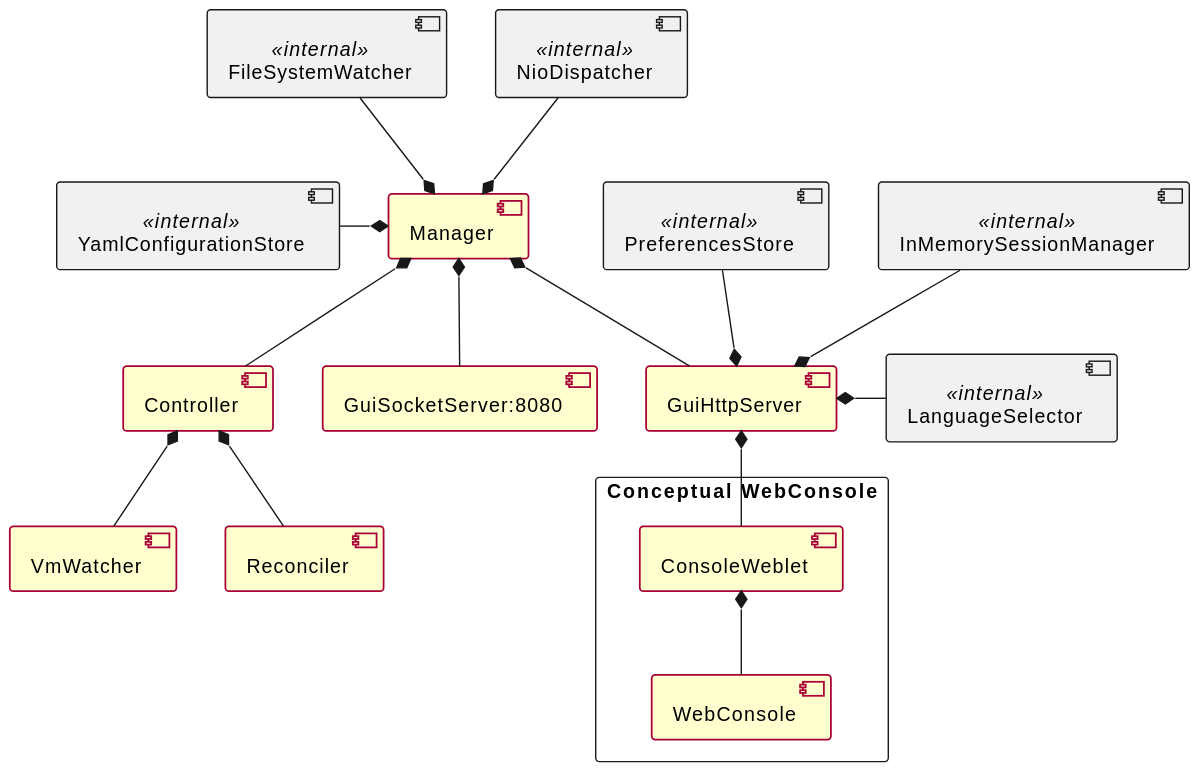
mnlipp/VM-Operator keeps this PlantUML diagram as javadoc/org/jdrupes/vmoperator/manager/manager-components.svg. Above is the earlier version.
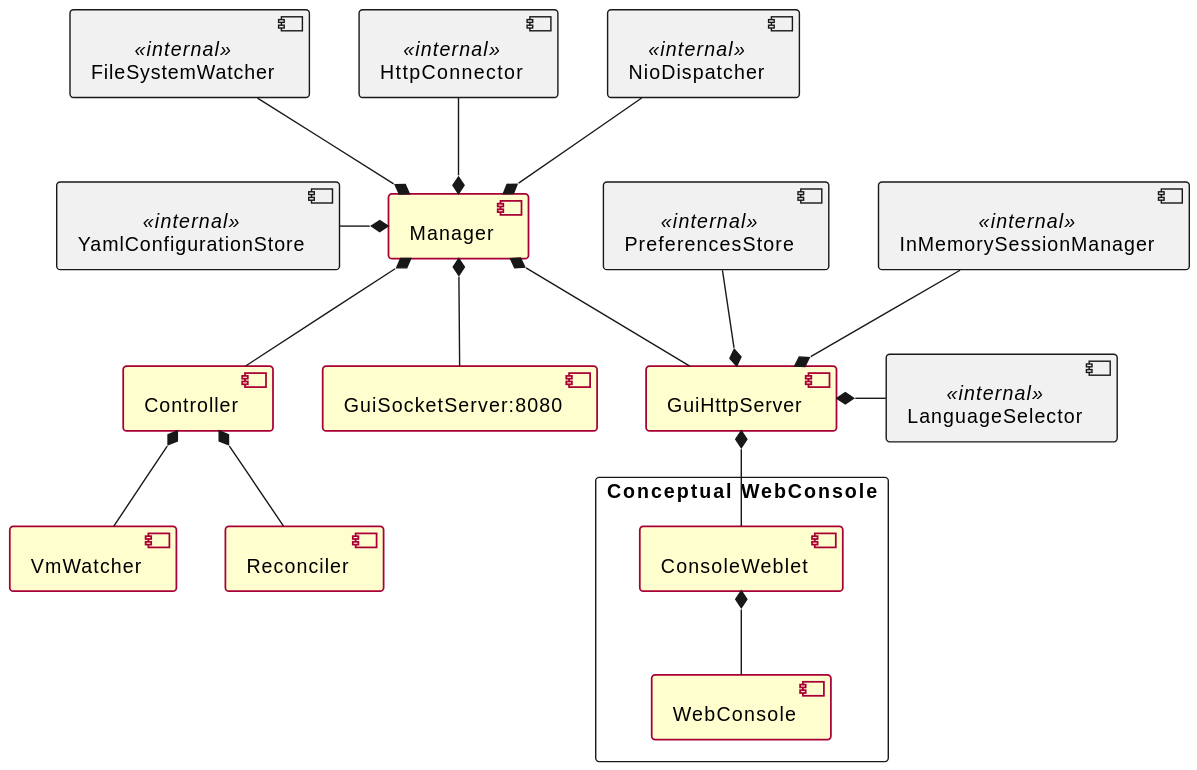
After the commit.

Diff of the diagram source:
```diff
@@ -11,6 +11,8 @@
 
  Component NioDispatcher as NioDispatcher <<internal>>
  [Manager] *-up- [NioDispatcher]
+ Component HttpConnector as HttpConnector <<internal>>
+ [Manager] *-up- [HttpConnector]
  Component FileSystemWatcher as FileSystemWatcher <<internal>>
  [Manager] *-up- [FileSystemWatcher]
  Component YamlConfigurationStore as YamlConfigurationStore <<internal>>
```
